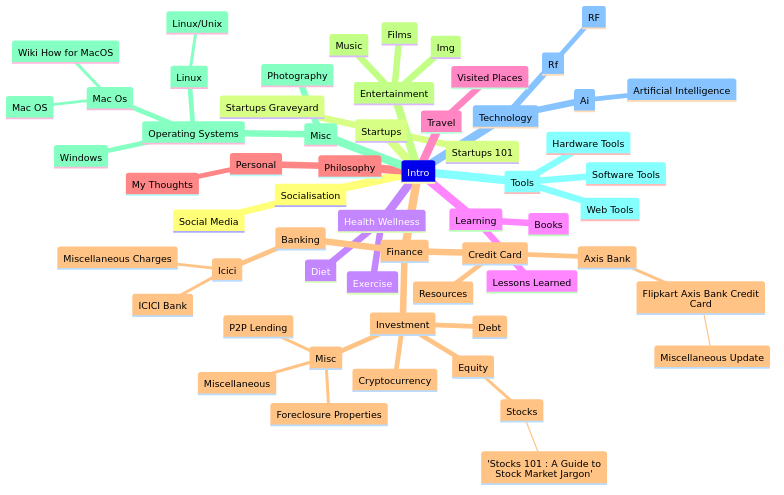
This is src/generated/mindmap.png from suryakantamangaraj/Wiki, a Mermaid export, as it was before one commit. Its source is kept beside it as mindmap.mmd.
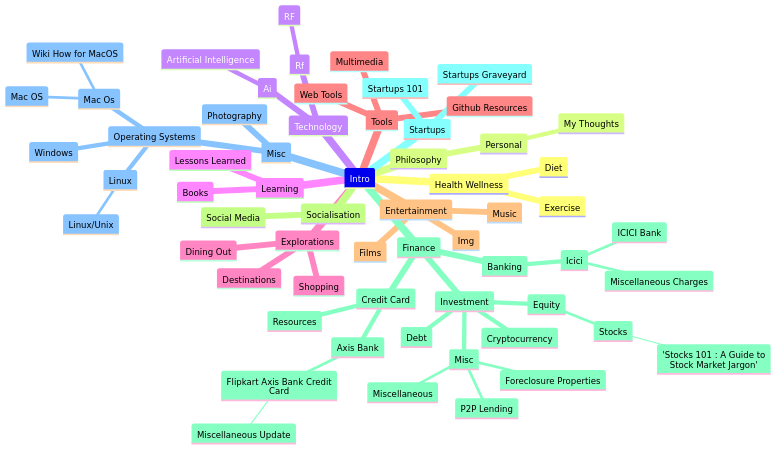
Above is the later version.

What changed in the source:
```diff
@@ -1,60 +1,62 @@
 mindmap
     Intro
-        Socialisation
-            Social Media
-        Startups
-            Startups Graveyard
-            Startups 101
         Health Wellness
+            Diet
             Exercise
-            Diet
-        Learning
-            Lessons Learned
-            Books
-        Travel
-            Visited Places
         Philosophy
             Personal
                     My Thoughts
-        Finance
-            Credit Card
-                Axis Bank
-                    Flipkart Axis Bank Credit Card
-                            Miscellaneous Update
-                Resources
-            Investment
-                Equity
-                    Stocks
-                            'Stocks 101 : A Guide to Stock Market Jargon'
-                Cryptocurrency
-                Debt
-                Misc
-                        Miscellaneous
-                        P2P Lending
-                        Foreclosure Properties
-            Banking
-                Icici
-                        ICICI Bank
-                        Miscellaneous Charges
-        Entertainment
-            Img
-            Music
-            Films
-        Misc
-            Operating Systems
-                Linux
-                        Linux/Unix
-                Windows
-                Mac Os
-                        Wiki How for MacOS
-                        Mac OS
-            Photography
-        Tools
-            Software Tools
-            Hardware Tools
-            Web Tools
         Technology
             Rf
                     RF
             Ai
                     Artificial Intelligence
+        Learning
+            Books
+            Lessons Learned
+        Explorations
+            Shopping
+            Dining Out
+            Destinations
+        Tools
+            Web Tools
+            Github Resources
+            Multimedia
+        Entertainment
+            Img
+            Music
+            Films
+        Socialisation
+            Social Media
+        Finance
+            Banking
+                Icici
+                        Miscellaneous Charges
+                        ICICI Bank
+            Investment
+                Cryptocurrency
+                Equity
+                    Stocks
+                            'Stocks 101 : A Guide to Stock Market Jargon'
+                Debt
+                Misc
+                        P2P Lending
+                        Miscellaneous
+                        Foreclosure Properties
+            Credit Card
+                Resources
+                Axis Bank
+                    Flipkart Axis Bank Credit Card
+                            Miscellaneous Update
+        Startups
+            Startups 101
+            Startups Graveyard
+        Misc
+            Operating Systems
+                Linux
+                        Linux/Unix
+                Mac Os
+                        Wiki How for MacOS
+                        Mac OS
+                Windows
+            Photography
```
